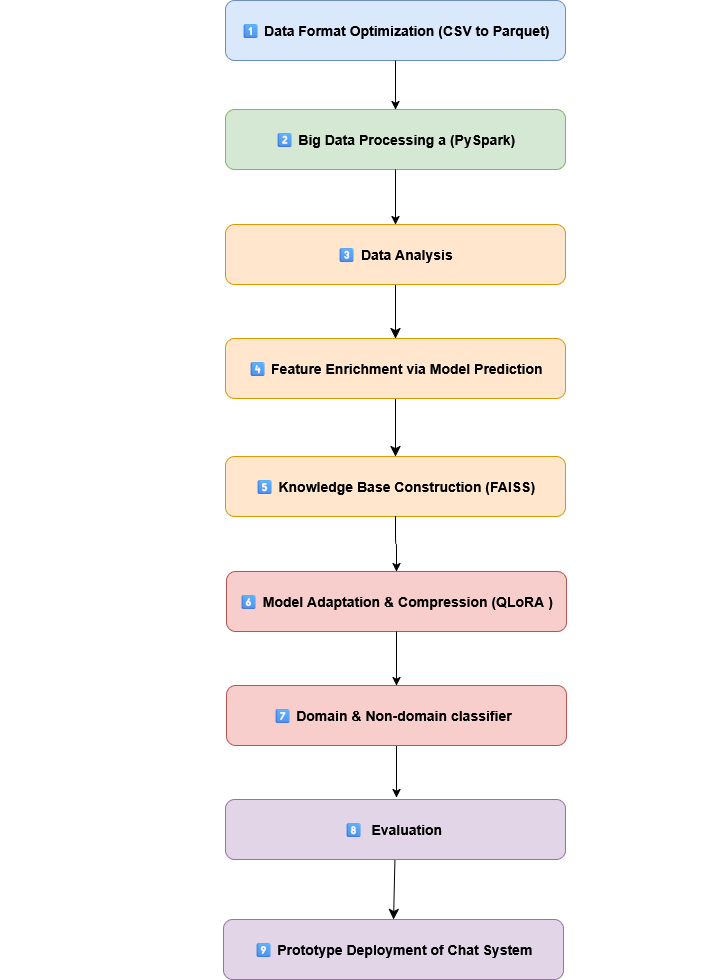
Earlier version of the draw.io export imgs/meth.png (be-great/Big_Data_Analytics_in_Healthcare). Source tidied: cells renumbered, new cells last; positions are measured from the earlier drawing's top-left corner, leaving out a move shared by most shapes.
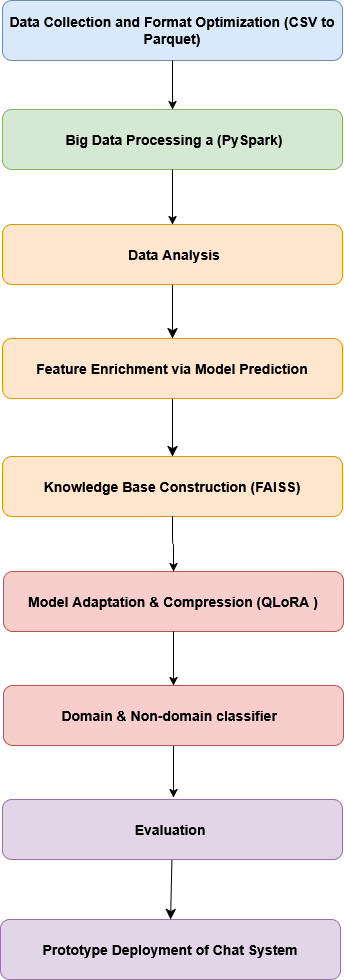
Later version of the same file.

What changed in the source:
```diff
@@ -2,61 +2,58 @@
   <root>
     <mxCell id="0" />
     <mxCell id="1" parent="0" />
-    <mxCell id="2" value="&#10;  &#10;    &#10;      &#10;        &#10;        &#10;&#10;        &#10;        &#10;          &#10;        &#10;&#10;        &#10;        &#10;          &#10;        &#10;&#10;        &#10;        &#10;          &#10;        &#10;&#10;        &#10;        &#10;          &#10;        &#10;&#10;        &#10;        &#10;          &#10;        &#10;&#10;        &#10;        " style="text;whiteSpace=wrap;html=1;" parent="1" vertex="1">
-      <mxGeometry y="37" width="708" height="453" as="geometry" />
-    </mxCell>
-    <mxCell id="3" value="1️⃣ Data Format Optimization (CSV to Parquet)" style="rounded=1;whiteSpace=wrap;html=1;fillColor=#dae8fc;strokeColor=#6c8ebf;fontSize=14;fontStyle=1;align=center;" parent="1" vertex="1">
-      <mxGeometry x="225" width="340" height="60" as="geometry" />
-    </mxCell>
-    <mxCell id="4" value="2️⃣ Big Data Processing a (PySpark)" style="rounded=1;whiteSpace=wrap;html=1;fillColor=#d5e8d4;strokeColor=#82b366;fontSize=14;fontStyle=1;align=center;" parent="1" vertex="1">
-      <mxGeometry x="225" y="109" width="340" height="60" as="geometry" />
-    </mxCell>
-    <mxCell id="5" value="5️⃣&amp;nbsp;Knowledge Base Construction (FAISS)" style="rounded=1;whiteSpace=wrap;html=1;fillColor=#ffe6cc;strokeColor=#d79b00;fontSize=14;fontStyle=1;align=center;" parent="1" vertex="1">
-      <mxGeometry x="225" y="456" width="340" height="60" as="geometry" />
-    </mxCell>
-    <mxCell id="6" value="6️⃣ Model Adaptation &amp;amp; Compression (QLoRA )" style="rounded=1;whiteSpace=wrap;html=1;fillColor=#f8cecc;strokeColor=#b85450;fontSize=14;fontStyle=1;align=center;" parent="1" vertex="1">
-      <mxGeometry x="226" y="571" width="340" height="60" as="geometry" />
-    </mxCell>
-    <mxCell id="7" style="edgeStyle=none;curved=1;rounded=0;jettySize=auto;html=1;entryX=0.5;entryY=0;entryDx=0;entryDy=0;fontSize=12;startSize=8;endSize=8;" parent="1" edge="1" source="8" target="17">
-      <mxGeometry relative="1" as="geometry" />
-    </mxCell>
-    <mxCell id="8" value="8️⃣ &amp;nbsp;Evaluation&amp;nbsp;" style="rounded=1;whiteSpace=wrap;html=1;fillColor=#e1d5e7;strokeColor=#9673a6;fontSize=14;fontStyle=1;align=center;" parent="1" vertex="1">
-      <mxGeometry x="225" y="799" width="340" height="60" as="geometry" />
-    </mxCell>
-    <mxCell id="9" style="edgeStyle=orthogonalEdgeStyle;endArrow=classic;strokeColor=#000000;" parent="1" edge="1" source="3" target="4">
-      <mxGeometry relative="1" as="geometry" />
-    </mxCell>
-    <mxCell id="10" style="edgeStyle=orthogonalEdgeStyle;endArrow=classic;strokeColor=#000000;" parent="1" edge="1" source="4" target="14">
-      <mxGeometry relative="1" as="geometry" />
-    </mxCell>
-    <mxCell id="11" style="edgeStyle=orthogonalEdgeStyle;endArrow=classic;strokeColor=#000000;" parent="1" edge="1" source="5" target="6">
-      <mxGeometry relative="1" as="geometry" />
-    </mxCell>
-    <mxCell id="12" style="edgeStyle=orthogonalEdgeStyle;endArrow=classic;strokeColor=#000000;entryX=0.5;entryY=0;entryDx=0;entryDy=0;" parent="1" edge="1" source="6" target="19">
-      <mxGeometry relative="1" as="geometry" />
-    </mxCell>
-    <mxCell id="13" style="edgeStyle=none;curved=1;rounded=0;jettySize=auto;html=1;entryX=0.5;entryY=0;entryDx=0;entryDy=0;fontSize=12;startSize=8;endSize=8;" parent="1" edge="1" source="14" target="16">
-      <mxGeometry relative="1" as="geometry" />
-    </mxCell>
-    <mxCell id="14" value="3️⃣ Data Analysis" style="rounded=1;whiteSpace=wrap;html=1;fillColor=#ffe6cc;strokeColor=#d79b00;fontSize=14;fontStyle=1;align=center;" parent="1" vertex="1">
-      <mxGeometry x="225" y="224" width="340" height="60" as="geometry" />
-    </mxCell>
-    <mxCell id="15" style="edgeStyle=none;curved=1;rounded=0;jettySize=auto;html=1;fontSize=12;startSize=8;endSize=8;" parent="1" edge="1" source="16" target="5">
-      <mxGeometry relative="1" as="geometry" />
-    </mxCell>
-    <mxCell id="16" value="4️⃣&amp;nbsp;Feature Enrichment via Model Prediction" style="rounded=1;whiteSpace=wrap;html=1;fillColor=#ffe6cc;strokeColor=#d79b00;fontSize=14;fontStyle=1;align=center;" parent="1" vertex="1">
-      <mxGeometry x="225" y="338" width="340" height="60" as="geometry" />
-    </mxCell>
-    <mxCell id="17" value="9️⃣&amp;nbsp;Prototype Deployment of Chat System" style="rounded=1;whiteSpace=wrap;html=1;fillColor=#e1d5e7;strokeColor=#9673a6;fontSize=14;fontStyle=1;align=center;" parent="1" vertex="1">
-      <mxGeometry x="223" y="919" width="340" height="60" as="geometry" />
-    </mxCell>
-    <mxCell id="18" style="edgeStyle=orthogonalEdgeStyle;rounded=0;jettySize=auto;html=1;" parent="1" edge="1" source="19">
-      <mxGeometry relative="1" as="geometry">
-        <mxPoint x="396" y="797" as="targetPoint" />
-      </mxGeometry>
-    </mxCell>
-    <mxCell id="19" value="7️⃣ Domain &amp;amp; Non-domain classifier&amp;nbsp;&amp;nbsp;" style="rounded=1;whiteSpace=wrap;html=1;fillColor=#f8cecc;strokeColor=#b85450;fontSize=14;fontStyle=1;align=center;" parent="1" vertex="1">
-      <mxGeometry x="226" y="685" width="340" height="60" as="geometry" />
-    </mxCell>
+    <mxCell id="20" value="Data Collection and Format Optimization (CSV to Parquet)" style="rounded=1;whiteSpace=wrap;html=1;fillColor=#dae8fc;strokeColor=#6c8ebf;fontSize=14;fontStyle=1;align=center;" parent="1" vertex="1">
+      <mxGeometry x="225" width="340" height="60" as="geometry" />
+    </mxCell>
+    <mxCell id="21" value="&amp;nbsp;Big Data Processing a (PySpark)" style="rounded=1;whiteSpace=wrap;html=1;fillColor=#d5e8d4;strokeColor=#82b366;fontSize=14;fontStyle=1;align=center;" parent="1" vertex="1">
+      <mxGeometry x="225" y="109" width="340" height="60" as="geometry" />
+    </mxCell>
+    <mxCell id="22" value="Knowledge Base Construction (FAISS)" style="rounded=1;whiteSpace=wrap;html=1;fillColor=#ffe6cc;strokeColor=#d79b00;fontSize=14;fontStyle=1;align=center;" parent="1" vertex="1">
+      <mxGeometry x="225" y="456" width="340" height="60" as="geometry" />
+    </mxCell>
+    <mxCell id="23" value="Model Adaptation &amp;amp; Compression (QLoRA )" style="rounded=1;whiteSpace=wrap;html=1;fillColor=#f8cecc;strokeColor=#b85450;fontSize=14;fontStyle=1;align=center;" parent="1" vertex="1">
+      <mxGeometry x="226" y="571" width="340" height="60" as="geometry" />
+    </mxCell>
+    <mxCell id="24" style="edgeStyle=none;curved=1;rounded=0;jettySize=auto;html=1;entryX=0.5;entryY=0;entryDx=0;entryDy=0;fontSize=12;startSize=8;endSize=8;" parent="1" edge="1" source="25" target="34">
+      <mxGeometry relative="1" as="geometry" />
+    </mxCell>
+    <mxCell id="25" value="Evaluation&amp;nbsp;" style="rounded=1;whiteSpace=wrap;html=1;fillColor=#e1d5e7;strokeColor=#9673a6;fontSize=14;fontStyle=1;align=center;" parent="1" vertex="1">
+      <mxGeometry x="225" y="799" width="340" height="60" as="geometry" />
+    </mxCell>
+    <mxCell id="26" style="edgeStyle=orthogonalEdgeStyle;endArrow=classic;strokeColor=#000000;" parent="1" edge="1" source="20" target="21">
+      <mxGeometry relative="1" as="geometry" />
+    </mxCell>
+    <mxCell id="27" style="edgeStyle=orthogonalEdgeStyle;endArrow=classic;strokeColor=#000000;" parent="1" edge="1" source="21" target="31">
+      <mxGeometry relative="1" as="geometry" />
+    </mxCell>
+    <mxCell id="28" style="edgeStyle=orthogonalEdgeStyle;endArrow=classic;strokeColor=#000000;" parent="1" edge="1" source="22" target="23">
+      <mxGeometry relative="1" as="geometry" />
+    </mxCell>
+    <mxCell id="29" style="edgeStyle=orthogonalEdgeStyle;endArrow=classic;strokeColor=#000000;entryX=0.5;entryY=0;entryDx=0;entryDy=0;" parent="1" edge="1" source="23" target="36">
+      <mxGeometry relative="1" as="geometry" />
+    </mxCell>
+    <mxCell id="30" style="edgeStyle=none;curved=1;rounded=0;jettySize=auto;html=1;entryX=0.5;entryY=0;entryDx=0;entryDy=0;fontSize=12;startSize=8;endSize=8;" parent="1" edge="1" source="31" target="33">
+      <mxGeometry relative="1" as="geometry" />
+    </mxCell>
+    <mxCell id="31" value="&amp;nbsp;Data Analysis" style="rounded=1;whiteSpace=wrap;html=1;fillColor=#ffe6cc;strokeColor=#d79b00;fontSize=14;fontStyle=1;align=center;" parent="1" vertex="1">
+      <mxGeometry x="225" y="224" width="340" height="60" as="geometry" />
+    </mxCell>
+    <mxCell id="32" style="edgeStyle=none;curved=1;rounded=0;jettySize=auto;html=1;fontSize=12;startSize=8;endSize=8;" parent="1" edge="1" source="33" target="22">
+      <mxGeometry relative="1" as="geometry" />
+    </mxCell>
+    <mxCell id="33" value="Feature Enrichment via Model Prediction" style="rounded=1;whiteSpace=wrap;html=1;fillColor=#ffe6cc;strokeColor=#d79b00;fontSize=14;fontStyle=1;align=center;" parent="1" vertex="1">
+      <mxGeometry x="225" y="338" width="340" height="60" as="geometry" />
+    </mxCell>
+    <mxCell id="34" value="Prototype Deployment of Chat System" style="rounded=1;whiteSpace=wrap;html=1;fillColor=#e1d5e7;strokeColor=#9673a6;fontSize=14;fontStyle=1;align=center;" parent="1" vertex="1">
+      <mxGeometry x="223" y="919" width="340" height="60" as="geometry" />
+    </mxCell>
+    <mxCell id="35" style="edgeStyle=orthogonalEdgeStyle;rounded=0;jettySize=auto;html=1;" parent="1" edge="1" source="36">
+      <mxGeometry relative="1" as="geometry">
+        <mxPoint x="396" y="797" as="targetPoint" />
+      </mxGeometry>
+    </mxCell>
+    <mxCell id="36" value="Domain &amp;amp; Non-domain classifier&amp;nbsp;&amp;nbsp;" style="rounded=1;whiteSpace=wrap;html=1;fillColor=#f8cecc;strokeColor=#b85450;fontSize=14;fontStyle=1;align=center;" parent="1" vertex="1">
+      <mxGeometry x="226" y="685" width="340" height="60" as="geometry" />
+    </mxCell>
   </root>
 </mxGraphModel>
```
